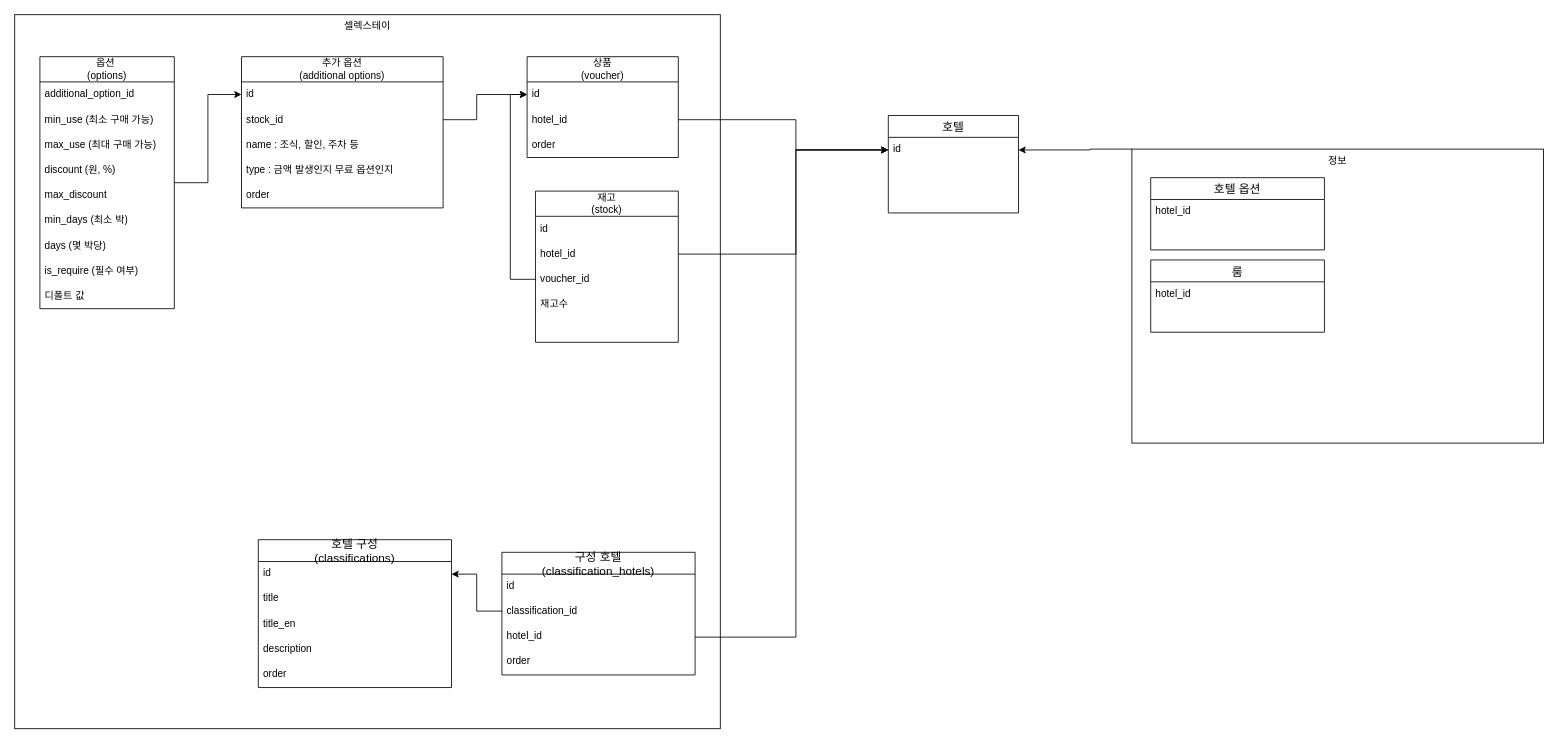
Above: 1.drawio in zuiderzee7/draw (draw.io), before the change. Source tidied: cells renumbered, new cells numbered last; positions are measured from the earlier drawing's top-left corner, leaving out a move shared by most shapes. Both pictures are drawn from the tidied source at 84%, with x=0, y=0 at pixel (14, 14).
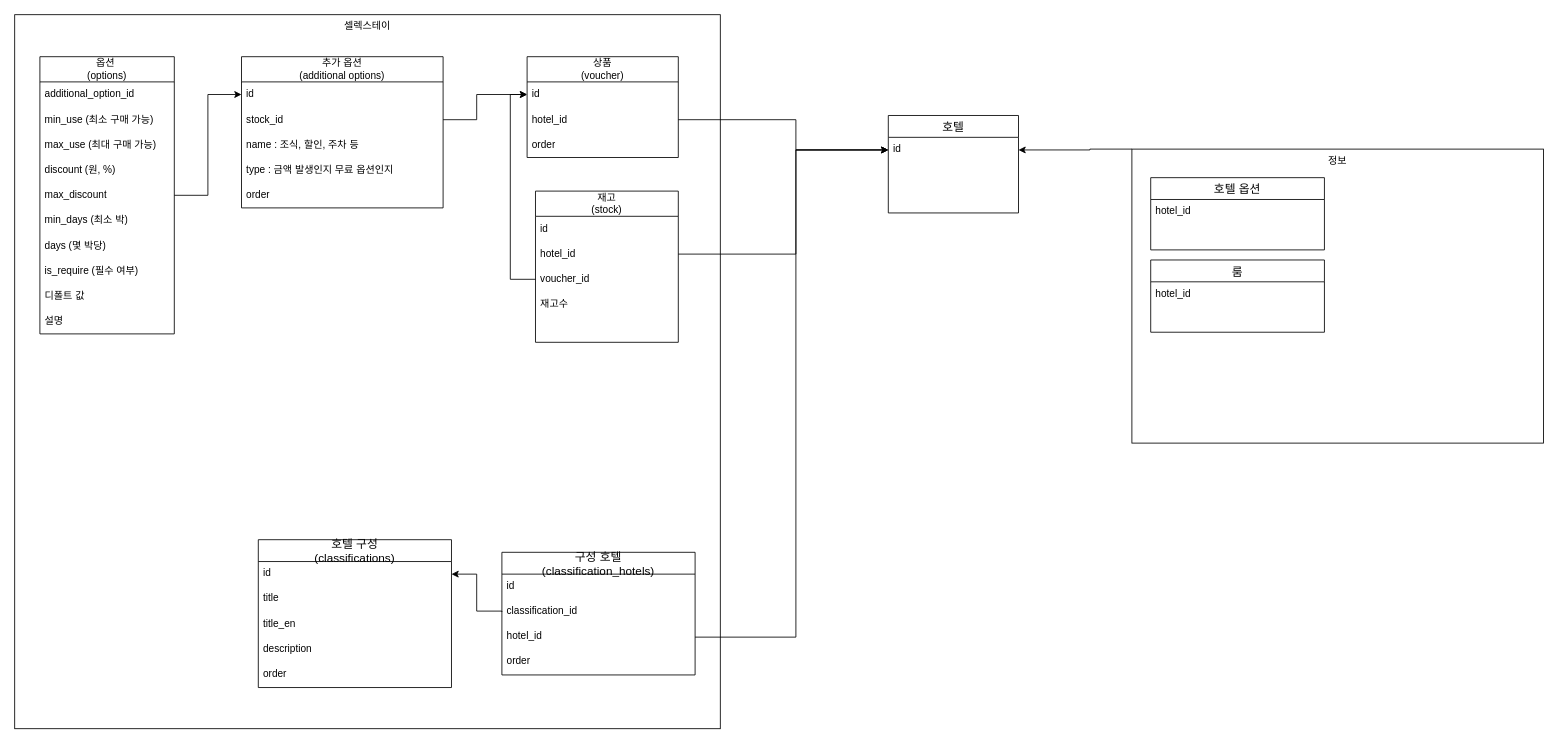
The same diagram, later.

Diff of the diagram source:
```diff
@@
     <mxCell id="34" value="옵션&amp;nbsp;&lt;br&gt;(options)" style="swimlane;fontStyle=0;horizontal=1;startSize=30;whiteSpace=wrap;html=1;" parent="1" vertex="1">
-      <mxGeometry x="30" y="50" width="160" height="300" as="geometry" />
+      <mxGeometry x="30" y="50" width="160" height="330" as="geometry" />
     </mxCell>
@@
+    <mxCell id="60" value="설명" style="text;strokeColor=none;fillColor=none;align=left;verticalAlign=middle;spacingLeft=4;spacingRight=4;overflow=hidden;whiteSpace=wrap;html=1;" parent="34" vertex="1">
+      <mxGeometry y="300" width="160" height="30" as="geometry" />
+    </mxCell>
```
